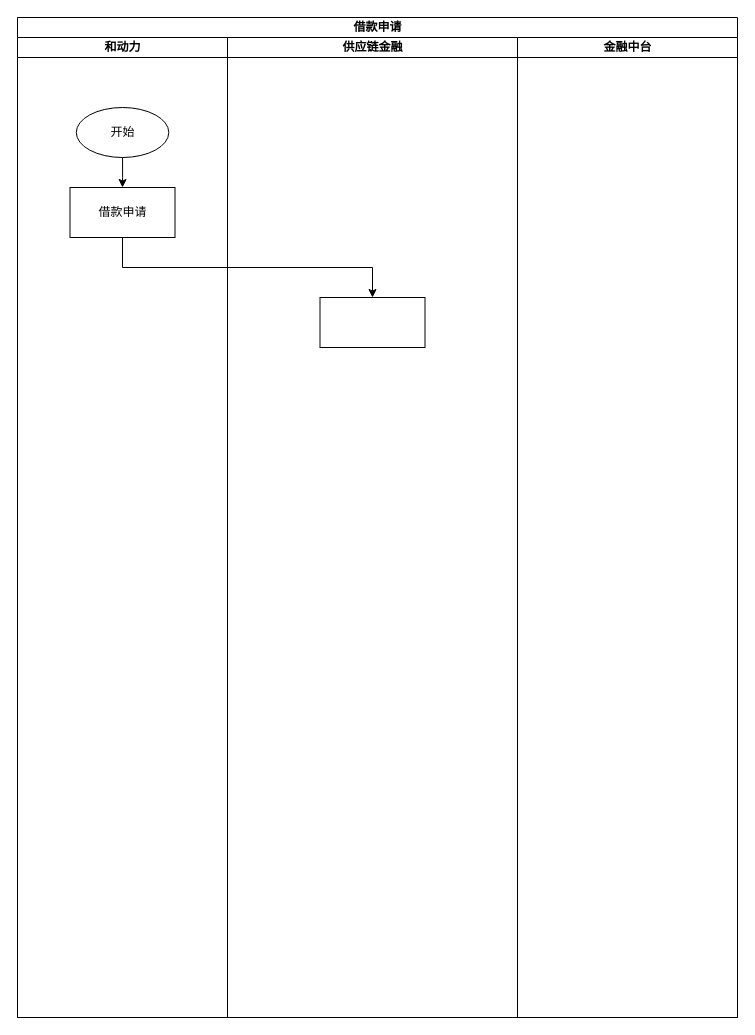
The draw.io diagram page "借款结果定时查询" (5 of 7) of drawio/网商贷.drawio in hezhuma/image-repo, before the edit. Source tidied: cells renumbered, new cells numbered last; positions are measured from the earlier drawing's top-left corner, leaving out a move shared by most shapes. Both pictures are drawn from the tidied source at 100%, with x=0, y=0 at pixel (17, 17).
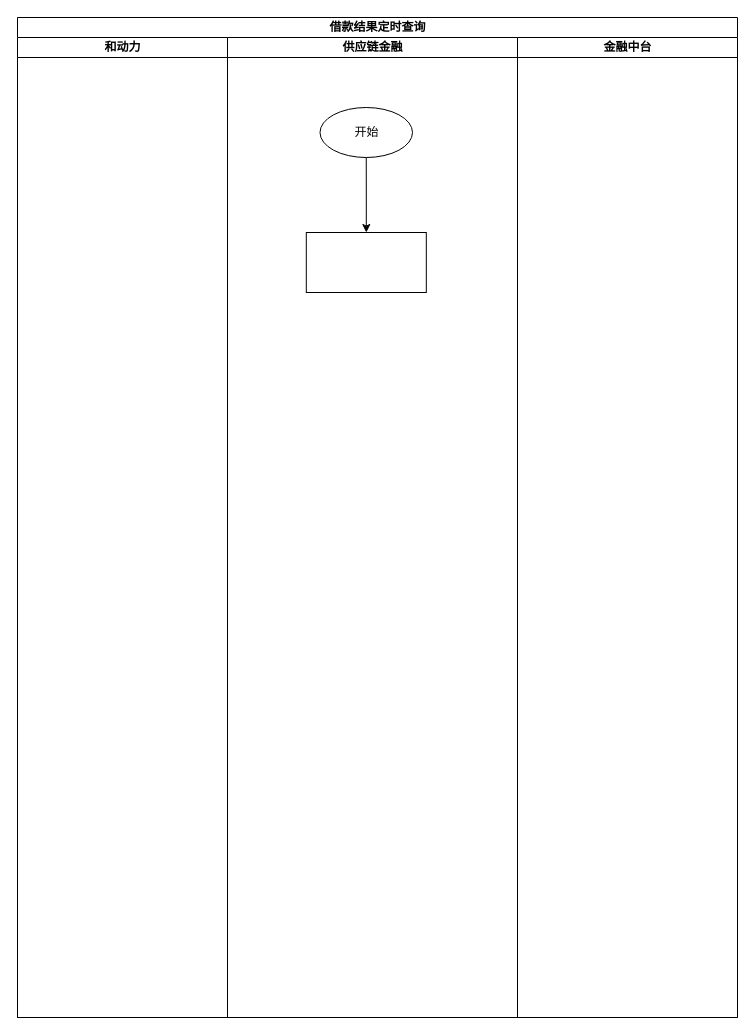
After the change.

The edit, as a diff of the source:
```diff
@@
 <mxGraphModel>
   <root>
     <mxCell id="0" />
     <mxCell id="1" parent="0" />
-    <mxCell id="2" value="借款申请" style="swimlane;html=1;startSize=20;" parent="1" vertex="1">
+    <mxCell id="2" value="借款结果定时查询" style="swimlane;html=1;startSize=20;" parent="1" vertex="1">
       <mxGeometry width="720" height="1000" as="geometry" />
     </mxCell>
     <mxCell id="3" value="和动力" style="swimlane;html=1;startSize=20;" parent="2" vertex="1">
       <mxGeometry y="20" width="210" height="980" as="geometry" />
     </mxCell>
+    <mxCell id="7" value="供应链金融" style="swimlane;html=1;startSize=20;" parent="2" vertex="1">
+      <mxGeometry x="210" y="20" width="290" height="980" as="geometry" />
+    </mxCell>
+    <mxCell id="11" style="edgeStyle=orthogonalEdgeStyle;rounded=0;jettySize=auto;html=1;" parent="7" edge="1" source="4" target="12">
+      <mxGeometry relative="1" as="geometry" />
+    </mxCell>
-    <mxCell id="4" value="开始" style="ellipse;whiteSpace=wrap;html=1;" parent="3" vertex="1">
-      <mxGeometry x="58.8" y="70" width="92.5" height="50" as="geometry" />
+    <mxCell id="4" value="开始" style="ellipse;whiteSpace=wrap;html=1;" parent="7" vertex="1">
+      <mxGeometry x="92.5" y="70" width="92.5" height="50" as="geometry" />
     </mxCell>
-    <mxCell id="5" value="借款申请" style="whiteSpace=wrap;html=1;" parent="3" vertex="1">
-      <mxGeometry x="52.5" y="150" width="105" height="50" as="geometry" />
-    </mxCell>
-    <mxCell id="6" style="edgeStyle=orthogonalEdgeStyle;rounded=0;jettySize=auto;html=1;" parent="3" edge="1" source="4" target="5">
-      <mxGeometry relative="1" as="geometry" />
-    </mxCell>
-    <mxCell id="7" value="供应链金融" style="swimlane;html=1;startSize=20;" parent="2" vertex="1">
-      <mxGeometry x="210" y="20" width="290" height="980" as="geometry" />
-    </mxCell>
-    <mxCell id="8" style="whiteSpace=wrap;html=1;" parent="7" vertex="1">
-      <mxGeometry x="92.5" y="260" width="105" height="50" as="geometry" />
-    </mxCell>
+    <mxCell id="12" style="whiteSpace=wrap;html=1;" parent="7" vertex="1">
+      <mxGeometry x="78.8" y="195" width="120" height="60" as="geometry" />
+    </mxCell>
     <mxCell id="9" value="金融中台" style="swimlane;html=1;startSize=20;" parent="2" vertex="1">
       <mxGeometry x="500" y="20" width="220" height="980" as="geometry" />
     </mxCell>
-    <mxCell id="10" style="edgeStyle=orthogonalEdgeStyle;rounded=0;jettySize=auto;html=1;" parent="2" edge="1" source="5" target="8">
-      <mxGeometry relative="1" as="geometry">
-        <Array as="points">
-          <mxPoint x="105" y="250" />
-          <mxPoint x="355" y="250" />
-        </Array>
-      </mxGeometry>
-    </mxCell>
   </root>
 </mxGraphModel>
```
